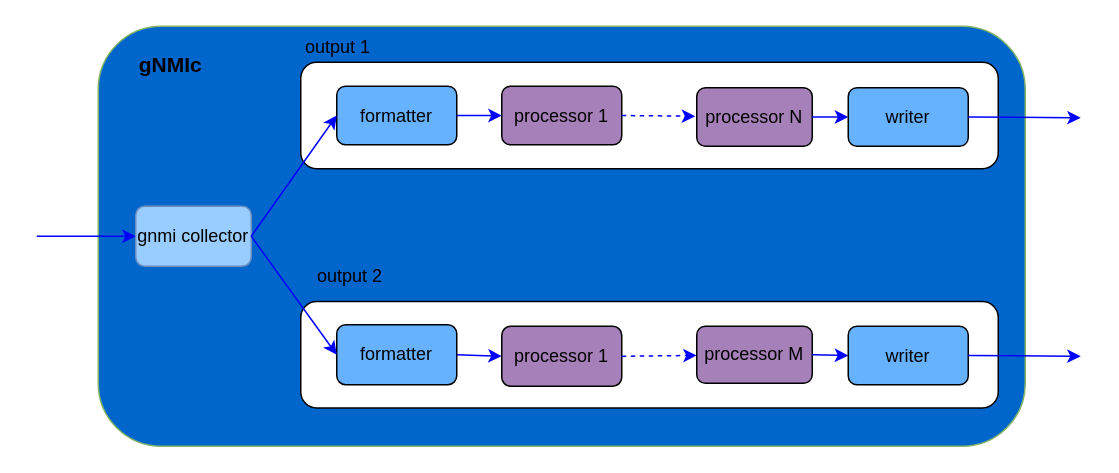
The draw.io diagram diagrams/processors.drawio in karimra/gnmic, before the edit. Source tidied: cells renumbered, new cells numbered last; positions are measured from the earlier drawing's top-left corner, leaving out a move shared by most shapes. Both pictures are drawn from the tidied source at 150%, with x=0, y=0 at pixel (36, 26).
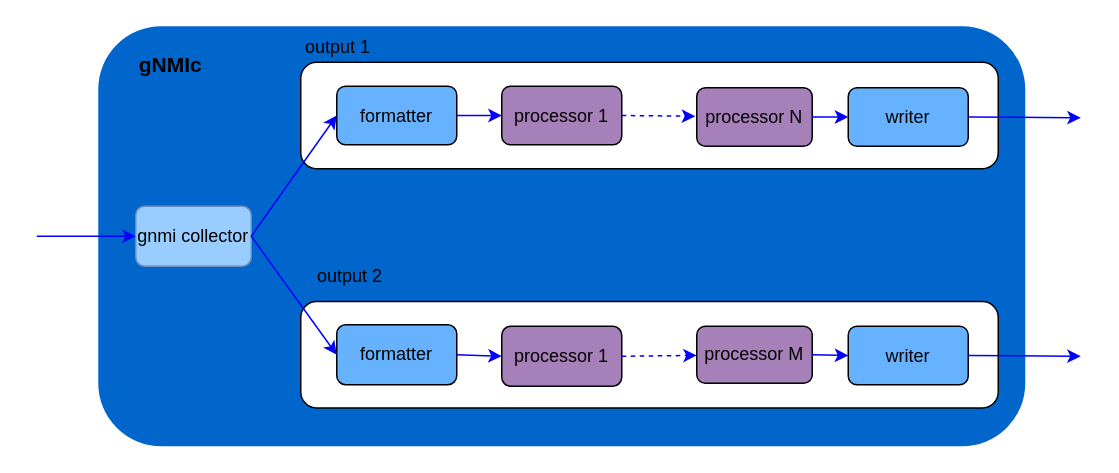
The same page after the edit.

The edit, as a diff of the source:
```diff
@@
-    <mxCell id="2" style="rounded=1;whiteSpace=wrap;html=1;align=left;strokeColor=#82b366;fillColor=#0066CC;" parent="1" vertex="1">
+    <mxCell id="2" style="rounded=1;whiteSpace=wrap;html=1;align=left;fillColor=#0066CC;strokeColor=none;" parent="1" vertex="1">
       <mxGeometry x="41" width="618" height="280" as="geometry" />
     </mxCell>
```
